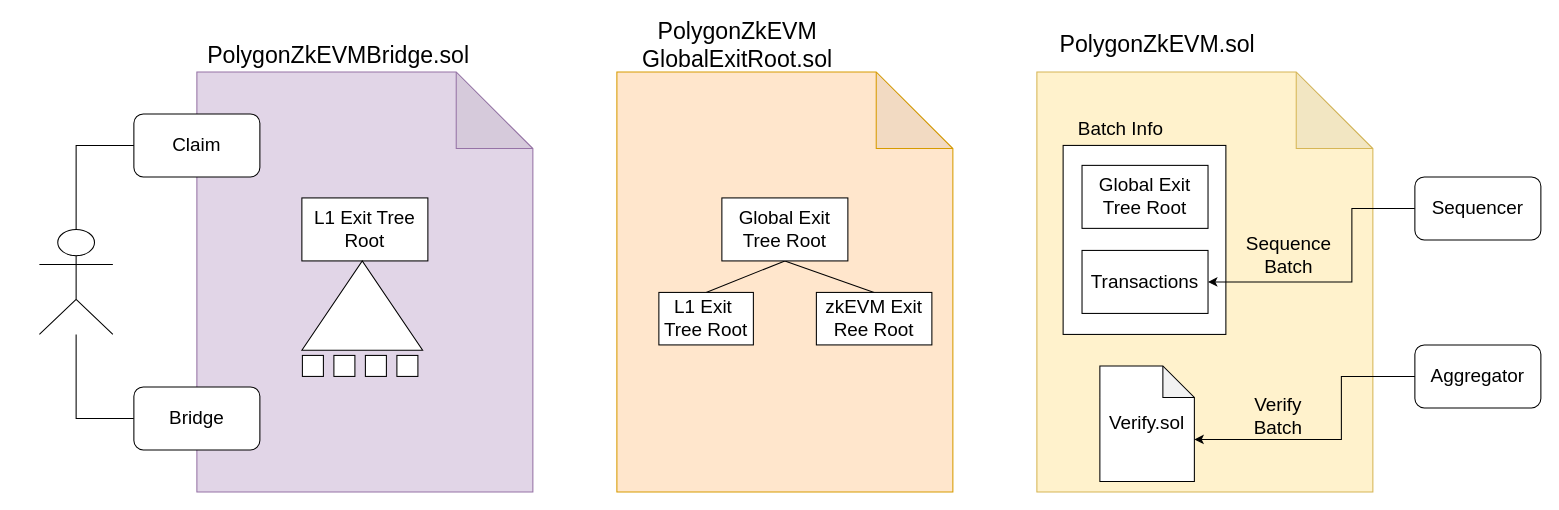
The draw.io diagram bridge.drawio in Phillip-Kemper/thesis-drawings, before the edit. Source tidied: cells renumbered, new cells numbered last; positions are measured from the earlier drawing's top-left corner, leaving out a move shared by most shapes. Both pictures are drawn from the tidied source at 105%, with x=0, y=0 at pixel (39, 29).
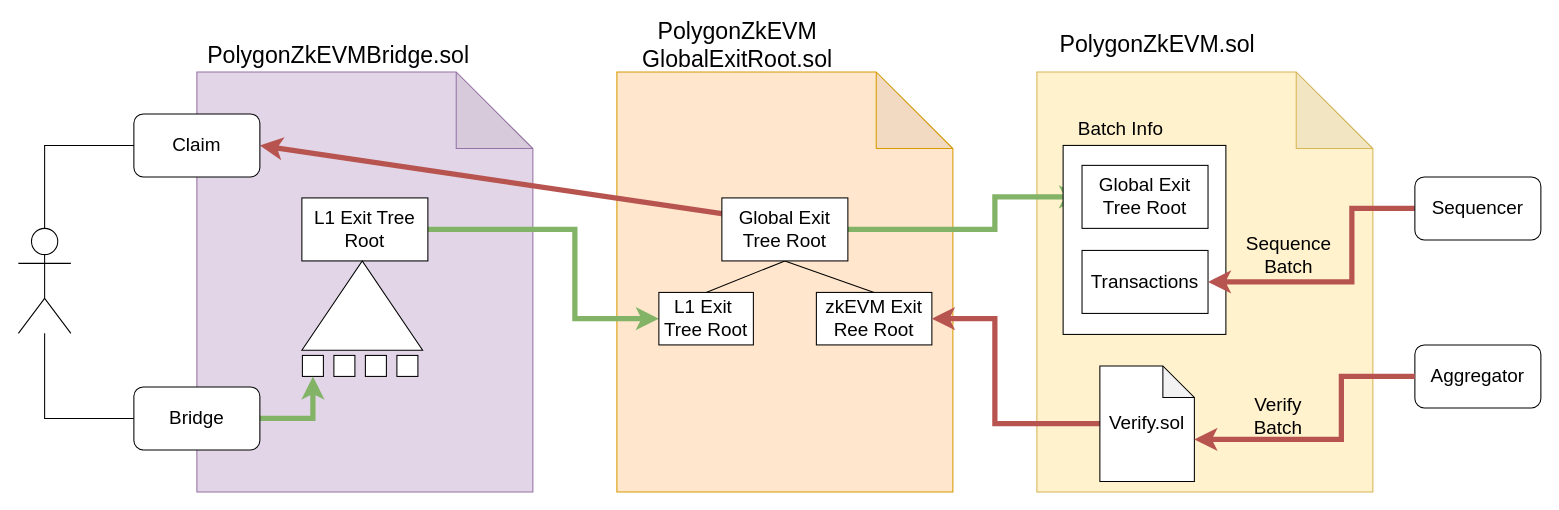
Above is the later version.

Unchanged cells that the change refers to:
```xml
<mxCell id="8" value="&lt;font style=&quot;font-size: 18px;&quot;&gt;L1 Exit Tree Root&lt;/font&gt;" style="rounded=0;whiteSpace=wrap;html=1;fontSize=18;" parent="1" vertex="1">
  <mxGeometry x="250" y="160" width="120" height="60" as="geometry" />
</mxCell>
<mxCell id="10" style="whiteSpace=wrap;html=1;" parent="1" vertex="1">
  <mxGeometry x="250.5" y="310" width="20" height="20" as="geometry" />
</mxCell>
<mxCell id="16" value="&lt;font style=&quot;font-size: 18px;&quot;&gt;Global Exit&lt;br&gt;Tree Root&lt;br&gt;&lt;/font&gt;" style="rounded=0;whiteSpace=wrap;html=1;" parent="1" vertex="1">
  <mxGeometry x="650" y="160" width="120" height="60" as="geometry" />
</mxCell>
<mxCell id="17" value="&lt;font style=&quot;font-size: 18px;&quot;&gt;L1 Exit&amp;nbsp;&lt;br&gt;Tree Root&lt;br&gt;&lt;/font&gt;" style="rounded=0;whiteSpace=wrap;html=1;" parent="1" vertex="1">
  <mxGeometry x="590" y="250" width="90" height="50" as="geometry" />
</mxCell>
<mxCell id="18" value="&lt;font style=&quot;font-size: 18px;&quot;&gt;zkEVM Exit&lt;br&gt;Ree Root&lt;br&gt;&lt;/font&gt;" style="rounded=0;whiteSpace=wrap;html=1;" parent="1" vertex="1">
  <mxGeometry x="740" y="250" width="110" height="50" as="geometry" />
</mxCell>
<mxCell id="20" value="&lt;font style=&quot;font-size: 18px;&quot;&gt;Global Exit&lt;br&gt;Tree Root&lt;br&gt;&lt;/font&gt;" style="rounded=0;whiteSpace=wrap;html=1;" parent="1" vertex="1">
  <mxGeometry x="993" y="129" width="120" height="60" as="geometry" />
</mxCell>
<mxCell id="21" value="&lt;font style=&quot;font-size: 18px;&quot;&gt;Transactions&lt;br&gt;&lt;/font&gt;" style="rounded=0;whiteSpace=wrap;html=1;" parent="1" vertex="1">
  <mxGeometry x="993" y="210" width="120" height="60" as="geometry" />
</mxCell>
<mxCell id="23" value="&lt;font style=&quot;font-size: 18px;&quot;&gt;Verify.sol&lt;/font&gt;" style="shape=note;whiteSpace=wrap;html=1;backgroundOutline=1;darkOpacity=0.05;" parent="1" vertex="1">
  <mxGeometry x="1010" y="320" width="90" height="110" as="geometry" />
</mxCell>
<mxCell id="24" value="&lt;font style=&quot;font-size: 18px;&quot;&gt;Aggregator&lt;/font&gt;" style="rounded=1;whiteSpace=wrap;html=1;" parent="1" vertex="1">
  <mxGeometry x="1310" y="300" width="120" height="60" as="geometry" />
</mxCell>
<mxCell id="26" value="&lt;font style=&quot;font-size: 18px;&quot;&gt;Sequencer&lt;/font&gt;" style="rounded=1;whiteSpace=wrap;html=1;" parent="1" vertex="1">
  <mxGeometry x="1310" y="140" width="120" height="60" as="geometry" />
</mxCell>
<mxCell id="28" value="Claim" style="rounded=1;whiteSpace=wrap;html=1;fontSize=18;" parent="1" vertex="1">
  <mxGeometry x="90" y="80" width="120" height="60" as="geometry" />
</mxCell>
<mxCell id="30" value="Bridge" style="rounded=1;whiteSpace=wrap;html=1;fontSize=18;" parent="1" vertex="1">
  <mxGeometry x="90" y="340" width="120" height="60" as="geometry" />
</mxCell>
```

Diff of the diagram source:
```diff
@@
+    <mxCell id="35" style="edgeStyle=orthogonalEdgeStyle;rounded=0;jettySize=auto;html=1;exitX=1;exitY=0.5;exitDx=0;exitDy=0;entryX=0;entryY=0.5;entryDx=0;entryDy=0;fillColor=#d5e8d4;strokeColor=#82b366;strokeWidth=5;" parent="1" edge="1" source="8" target="17">
+      <mxGeometry relative="1" as="geometry">
+        <Array as="points">
+          <mxPoint x="510" y="190" />
+          <mxPoint x="510" y="275" />
+        </Array>
+      </mxGeometry>
+    </mxCell>
@@
+    <mxCell id="36" style="edgeStyle=orthogonalEdgeStyle;rounded=0;jettySize=auto;html=1;exitX=1;exitY=0.5;exitDx=0;exitDy=0;strokeWidth=5;fillColor=#d5e8d4;strokeColor=#82b366;" parent="1" edge="1" source="16" target="20">
+      <mxGeometry relative="1" as="geometry">
+        <Array as="points">
+          <mxPoint x="910" y="190" />
+          <mxPoint x="910" y="159" />
+        </Array>
+      </mxGeometry>
+    </mxCell>
+    <mxCell id="37" style="rounded=0;jettySize=auto;html=1;exitX=0;exitY=0.25;exitDx=0;exitDy=0;entryX=1;entryY=0.5;entryDx=0;entryDy=0;strokeWidth=5;fillColor=#f8cecc;strokeColor=#b85450;" parent="1" edge="1" source="16" target="28">
+      <mxGeometry relative="1" as="geometry" />
+    </mxCell>
@@
+    <mxCell id="38" style="edgeStyle=orthogonalEdgeStyle;rounded=0;jettySize=auto;html=1;exitX=0;exitY=0.5;exitDx=0;exitDy=0;exitPerimeter=0;entryX=1;entryY=0.5;entryDx=0;entryDy=0;strokeWidth=5;fillColor=#f8cecc;strokeColor=#b85450;" parent="1" edge="1" source="23" target="18">
+      <mxGeometry relative="1" as="geometry">
+        <Array as="points">
+          <mxPoint x="910" y="375" />
+          <mxPoint x="910" y="275" />
+        </Array>
+      </mxGeometry>
+    </mxCell>
@@
-    <mxCell id="25" style="edgeStyle=orthogonalEdgeStyle;rounded=0;jettySize=auto;html=1;exitX=0;exitY=0.5;exitDx=0;exitDy=0;entryX=1;entryY=0.5;entryDx=0;entryDy=0;" parent="1" edge="1" source="26" target="21">
+    <mxCell id="25" style="edgeStyle=orthogonalEdgeStyle;rounded=0;jettySize=auto;html=1;exitX=0;exitY=0.5;exitDx=0;exitDy=0;entryX=1;entryY=0.5;entryDx=0;entryDy=0;strokeWidth=5;fillColor=#f8cecc;strokeColor=#b85450;" parent="1" edge="1" source="26" target="21">
       <mxGeometry relative="1" as="geometry">
         <Array as="points">
           <mxPoint x="1250" y="170" />
           <mxPoint x="1250" y="240" />
         </Array>
       </mxGeometry>
     </mxCell>
@@
     <mxCell id="27" style="shape=umlActor;verticalLabelPosition=bottom;verticalAlign=top;html=1;outlineConnect=0;" parent="1" vertex="1">
-      <mxGeometry y="190" width="70" height="100" as="geometry" />
+      <mxGeometry x="-20" y="189" width="50" height="100" as="geometry" />
     </mxCell>
@@
+    <mxCell id="39" style="edgeStyle=orthogonalEdgeStyle;rounded=0;jettySize=auto;html=1;exitX=1;exitY=0.5;exitDx=0;exitDy=0;entryX=0.5;entryY=1;entryDx=0;entryDy=0;fillColor=#d5e8d4;strokeColor=#82b366;strokeWidth=5;" parent="1" edge="1" source="30" target="10">
+      <mxGeometry relative="1" as="geometry" />
+    </mxCell>
@@
-    <mxCell id="32" style="edgeStyle=orthogonalEdgeStyle;rounded=0;jettySize=auto;html=1;exitX=0;exitY=0.5;exitDx=0;exitDy=0;entryX=0;entryY=0;entryDx=90;entryDy=70;entryPerimeter=0;" parent="1" edge="1" source="24" target="23">
+    <mxCell id="32" style="edgeStyle=orthogonalEdgeStyle;rounded=0;jettySize=auto;html=1;exitX=0;exitY=0.5;exitDx=0;exitDy=0;entryX=0;entryY=0;entryDx=90;entryDy=70;entryPerimeter=0;strokeWidth=5;fillColor=#f8cecc;strokeColor=#b85450;" parent="1" edge="1" source="24" target="23">
       <mxGeometry relative="1" as="geometry">
         <Array as="points">
           <mxPoint x="1240" y="330" />
           <mxPoint x="1240" y="390" />
         </Array>
       </mxGeometry>
     </mxCell>
```
